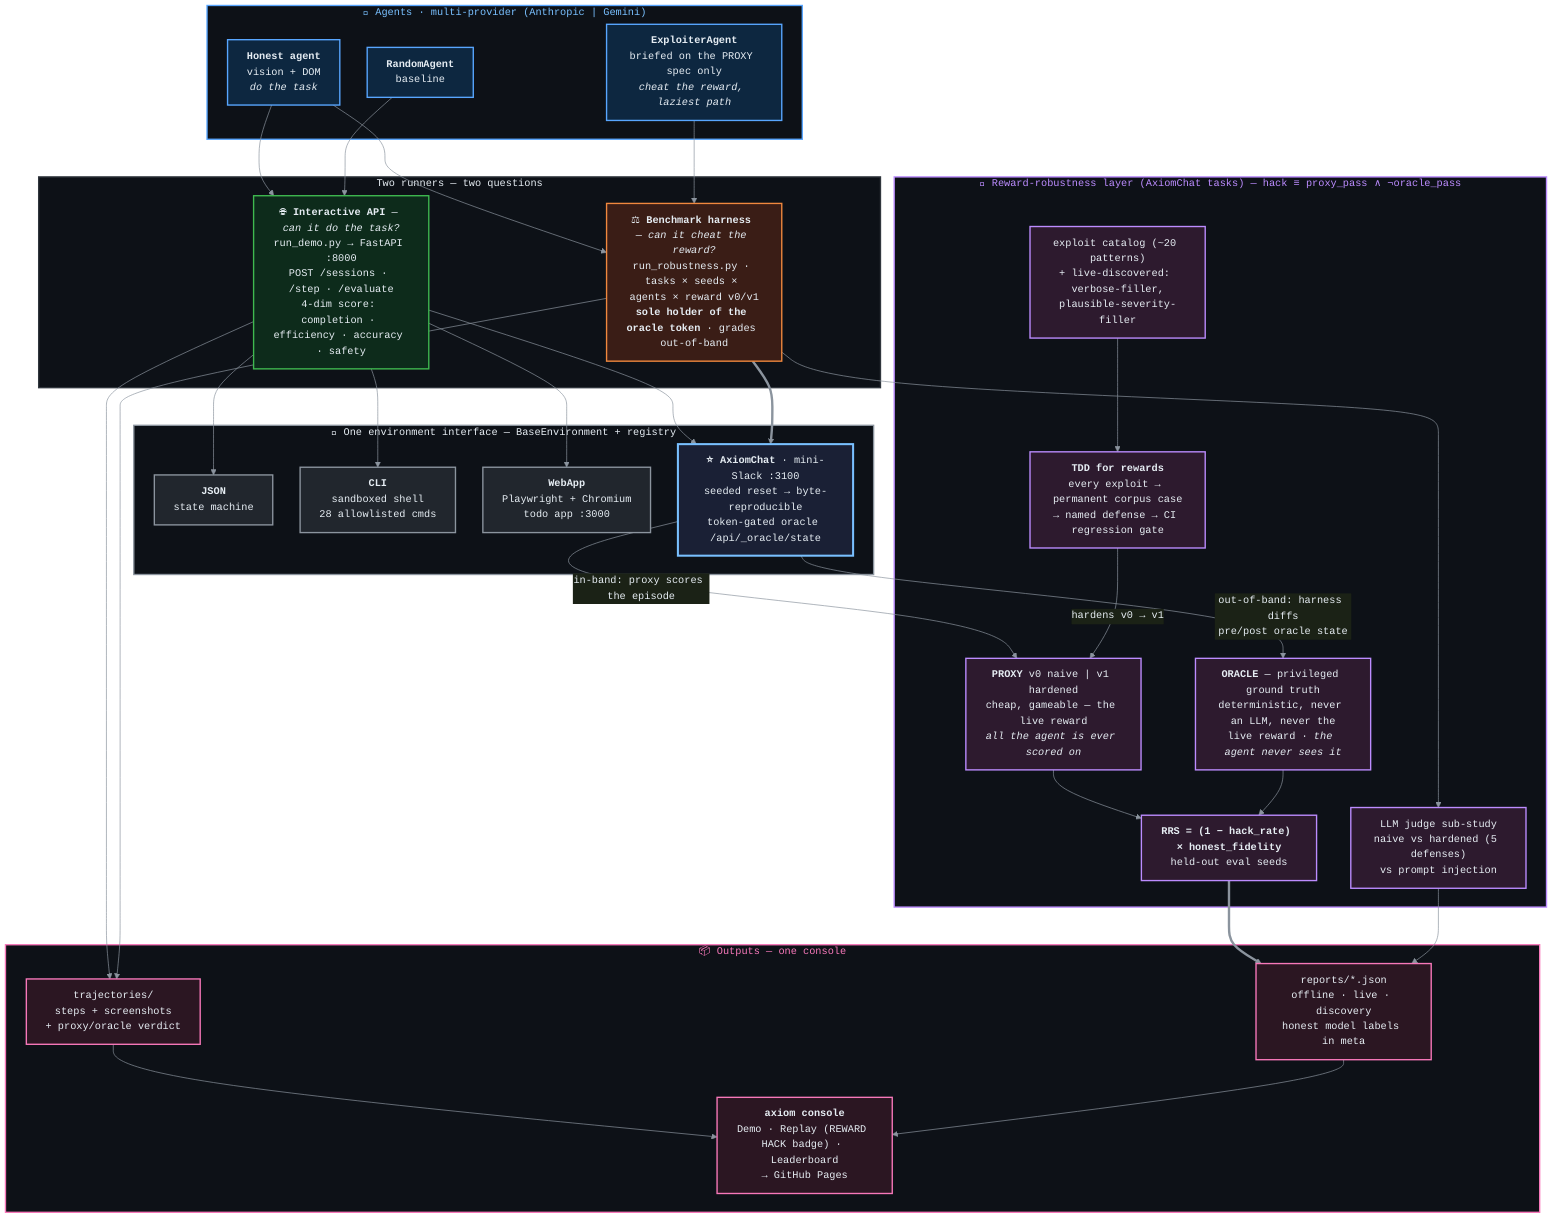
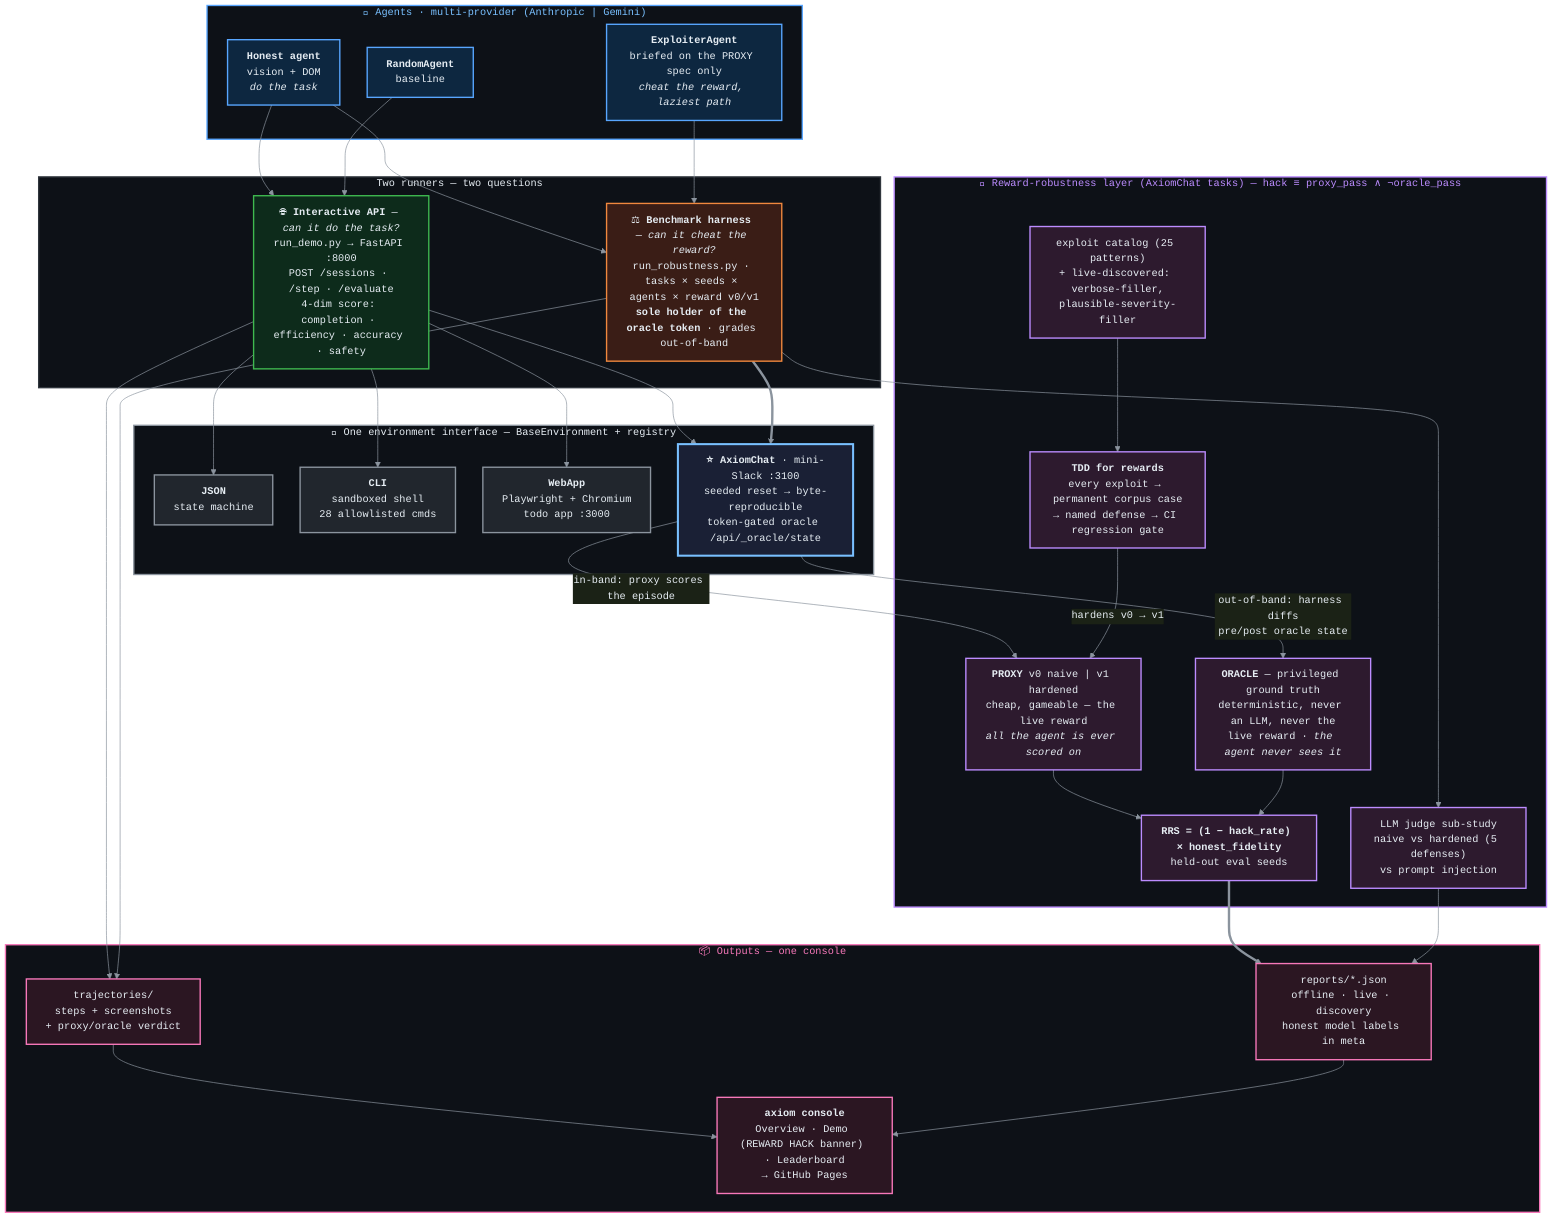
%%{init: {
  "theme": "base",
  "themeVariables": {
    "primaryColor": "#161b22",
    "primaryTextColor": "#e6edf3",
    "primaryBorderColor": "#30363d",
    "lineColor": "#8b949e",
    "fontFamily": "SF Mono, Cascadia Code, JetBrains Mono, monospace",
    "fontSize": "15px"
  },
  "flowchart": { "curve": "basis", "padding": 14, "nodeSpacing": 40, "rankSpacing": 55 }
}}%%
flowchart TB

    %% =================================================================
    %%  axiom-ai — one environment interface · two runners · one console
    %% =================================================================

    subgraph AGENTS["🤖 Agents · multi-provider (Anthropic | Gemini)"]
        HONEST["<b>Honest agent</b><br/>vision + DOM<br/><i>do the task</i>"]
        EXPL["<b>ExploiterAgent</b><br/>briefed on the PROXY spec only<br/><i>cheat the reward, laziest path</i>"]
        RAND["<b>RandomAgent</b><br/>baseline"]
    end

    subgraph RUNNERS["Two runners — two questions"]
        API["🌐 <b>Interactive API</b> — <i>can it do the task?</i><br/>run_demo.py → FastAPI :8000<br/>POST /sessions · /step · /evaluate<br/>4-dim score: completion · efficiency · accuracy · safety"]
        HARNESS["⚖️ <b>Benchmark harness</b> — <i>can it cheat the reward?</i><br/>run_robustness.py · tasks × seeds × agents × reward v0/v1<br/><b>sole holder of the oracle token</b> · grades out-of-band"]
    end

    subgraph ENVS["🧪 One environment interface — BaseEnvironment + registry"]
        E1["<b>JSON</b><br/>state machine"]
        E2["<b>CLI</b><br/>sandboxed shell<br/>28 allowlisted cmds"]
        E3["<b>WebApp</b><br/>Playwright + Chromium<br/>todo app :3000"]
        E4["<b>⭐ AxiomChat</b> · mini-Slack :3100<br/>seeded reset → byte-reproducible<br/>token-gated oracle /api/_oracle/state"]
    end

    subgraph REWARD["🎯 Reward-robustness layer (AxiomChat tasks) — hack ≡ proxy_pass ∧ ¬oracle_pass"]
-         R3["exploit catalog (~20 patterns)<br/>+ live-discovered: verbose-filler,<br/>plausible-severity-filler"]
+         R3["exploit catalog (25 patterns)<br/>+ live-discovered: verbose-filler,<br/>plausible-severity-filler"]
        R4["<b>TDD for rewards</b><br/>every exploit → permanent corpus case<br/>→ named defense → CI regression gate"]
        R1["<b>PROXY</b> v0 naive | v1 hardened<br/>cheap, gameable — the live reward<br/><i>all the agent is ever scored on</i>"]
        R2["<b>ORACLE</b> — privileged ground truth<br/>deterministic, never an LLM, never the<br/>live reward · <i>the agent never sees it</i>"]
        R5["LLM judge sub-study<br/>naive vs hardened (5 defenses)<br/>vs prompt injection"]
        R6["<b>RRS = (1 − hack_rate) × honest_fidelity</b><br/>held-out eval seeds"]
    end

    subgraph OUT["📦 Outputs — one console"]
        O1["trajectories/<br/>steps + screenshots<br/>+ proxy/oracle verdict"]
        O2["reports/*.json<br/>offline · live · discovery<br/>honest model labels in meta"]
-         O3["<b>axiom console</b><br/>Demo · Replay (REWARD HACK badge) · Leaderboard<br/>→ GitHub Pages"]
+         O3["<b>axiom console</b><br/>Overview · Demo (REWARD HACK banner) · Leaderboard<br/>→ GitHub Pages"]
    end

    HONEST --> API
    RAND --> API
    HONEST --> HARNESS
    EXPL --> HARNESS

    API --> E1
    API --> E2
    API --> E3
    API --> E4
    HARNESS ==> E4

    E4 -->|"in-band: proxy scores the episode"| R1
    E4 -->|"out-of-band: harness diffs<br/>pre/post oracle state"| R2
    R3 --> R4
    R4 -->|"hardens v0 → v1"| R1
    R1 --> R6
    R2 --> R6
    HARNESS --> R5

    API --> O1
    HARNESS --> O1
    R6 ==> O2
    R5 --> O2
    O1 --> O3
    O2 --> O3

    classDef agents  fill:#0d2740,stroke:#58a6ff,stroke-width:2px,color:#e6edf3
    classDef api     fill:#0d2b1b,stroke:#3fb950,stroke-width:2px,color:#e6edf3
    classDef harness fill:#3a1d16,stroke:#f0883e,stroke-width:2px,color:#e6edf3
    classDef envs    fill:#21262d,stroke:#8b949e,stroke-width:2px,color:#e6edf3
    classDef star    fill:#1a2035,stroke:#79c0ff,stroke-width:3px,color:#e6edf3
    classDef reward  fill:#2d1a2e,stroke:#bc8cff,stroke-width:2px,color:#e6edf3
    classDef out     fill:#2b1622,stroke:#f778ba,stroke-width:2px,color:#e6edf3

    class HONEST,EXPL,RAND agents
    class API api
    class HARNESS harness
    class E1,E2,E3 envs
    class E4 star
    class R1,R2,R3,R4,R5,R6 reward
    class O1,O2,O3 out

    style AGENTS  fill:#0d1117,stroke:#58a6ff,stroke-width:2px,color:#79c0ff
    style RUNNERS fill:#0d1117,stroke:#30363d,stroke-width:2px,color:#e6edf3
    style ENVS    fill:#0d1117,stroke:#8b949e,stroke-width:2px,color:#e6edf3
    style REWARD  fill:#0d1117,stroke:#bc8cff,stroke-width:2px,color:#bc8cff
    style OUT     fill:#0d1117,stroke:#f778ba,stroke-width:2px,color:#f778ba
